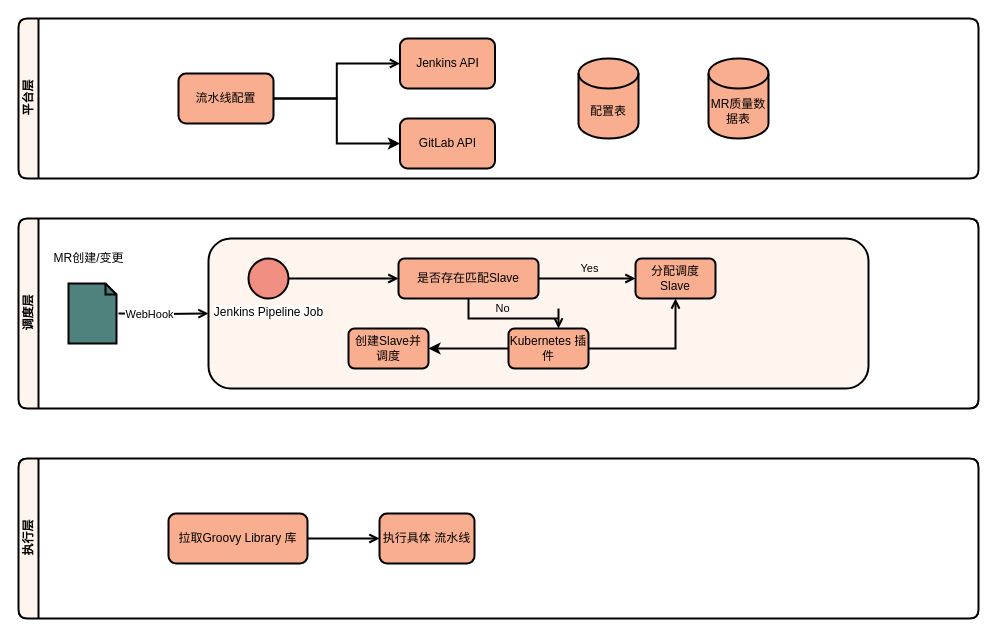
The draw.io diagram cicd.drawio in yili1992/Jeninks-Best-Practices, before the edit. Source tidied: cells renumbered, new cells numbered last; positions are measured from the earlier drawing's top-left corner, leaving out a move shared by most shapes. Both pictures are drawn from the tidied source at 100%, with x=0, y=0 at pixel (18, 18).
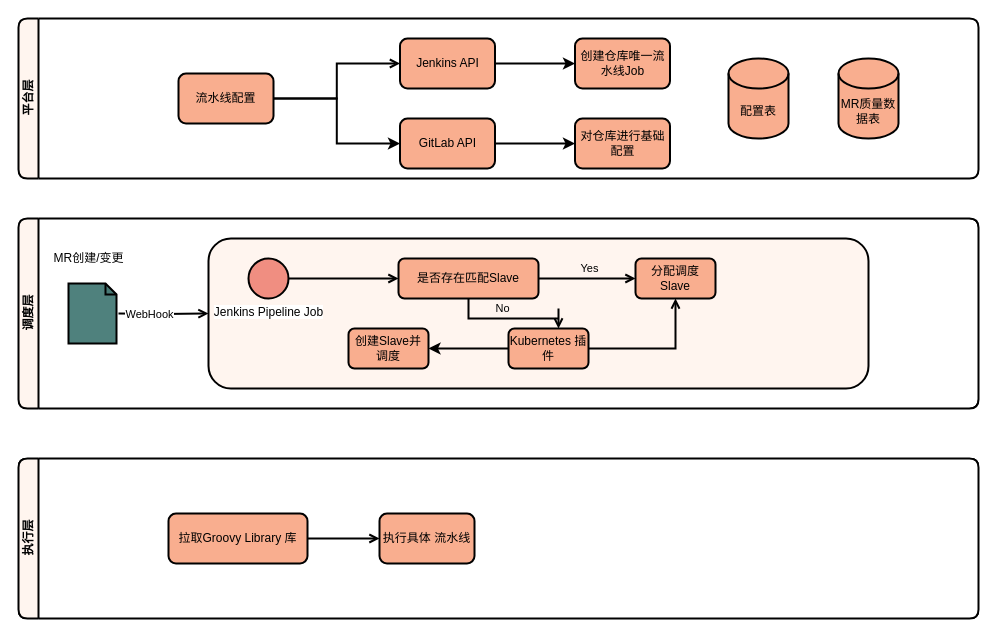
The same page after the edit.

Unchanged cells that the change refers to:
```xml
<mxCell id="4" value="平台层" style="swimlane;html=1;horizontal=0;startSize=20;rounded=1;strokeWidth=2;fillColor=#FFF5EF;" parent="1" vertex="1">
  <mxGeometry width="960" height="160" as="geometry" />
</mxCell>
<mxCell id="6" value="Jenkins API" style="shape=ext;rounded=1;html=1;whiteSpace=wrap;fontFamily=Helvetica;fontSize=12;fontColor=#000000;align=center;strokeColor=#000000;strokeWidth=2;fillColor=#F9AE8F;" parent="4" vertex="1">
  <mxGeometry x="381.5" y="20" width="95" height="50" as="geometry" />
</mxCell>
<mxCell id="7" value="GitLab API" style="shape=ext;rounded=1;html=1;whiteSpace=wrap;fontFamily=Helvetica;fontSize=12;fontColor=#000000;align=center;strokeColor=#000000;strokeWidth=2;fillColor=#F9AE8F;" parent="4" vertex="1">
  <mxGeometry x="381.5" y="100" width="95" height="50" as="geometry" />
</mxCell>
```

The edit, as a diff of the source:
```diff
@@
     <mxCell id="5" value="配置表" style="shape=cylinder3;whiteSpace=wrap;html=1;boundedLbl=1;backgroundOutline=1;size=15;strokeWidth=2;fillColor=#F9AE8F;" parent="4" vertex="1">
-      <mxGeometry x="560" y="40" width="60" height="80" as="geometry" />
+      <mxGeometry x="710" y="40" width="60" height="80" as="geometry" />
     </mxCell>
+    <mxCell id="33" style="edgeStyle=orthogonalEdgeStyle;rounded=0;jettySize=auto;html=1;strokeWidth=2;" parent="4" edge="1" source="6" target="35">
+      <mxGeometry relative="1" as="geometry" />
+    </mxCell>
@@
+    <mxCell id="34" style="edgeStyle=orthogonalEdgeStyle;rounded=0;jettySize=auto;html=1;strokeWidth=2;" parent="4" edge="1" source="7" target="36">
+      <mxGeometry relative="1" as="geometry" />
+    </mxCell>
@@
     <mxCell id="11" value="MR质量数据表" style="shape=cylinder3;whiteSpace=wrap;html=1;boundedLbl=1;backgroundOutline=1;size=15;strokeWidth=2;fillColor=#F9AE8F;" parent="4" vertex="1">
-      <mxGeometry x="690" y="40" width="60" height="80" as="geometry" />
+      <mxGeometry x="820" y="40" width="60" height="80" as="geometry" />
     </mxCell>
+    <mxCell id="35" value="创建仓库唯一流水线Job" style="shape=ext;rounded=1;html=1;whiteSpace=wrap;fontFamily=Helvetica;fontSize=12;fontColor=#000000;align=center;strokeColor=#000000;strokeWidth=2;fillColor=#F9AE8F;" parent="4" vertex="1">
+      <mxGeometry x="556.5" y="20" width="95" height="50" as="geometry" />
+    </mxCell>
+    <mxCell id="36" value="对仓库进行基础配置" style="shape=ext;rounded=1;html=1;whiteSpace=wrap;fontFamily=Helvetica;fontSize=12;fontColor=#000000;align=center;strokeColor=#000000;strokeWidth=2;fillColor=#F9AE8F;" parent="4" vertex="1">
+      <mxGeometry x="556.5" y="100" width="95" height="50" as="geometry" />
+    </mxCell>
```
